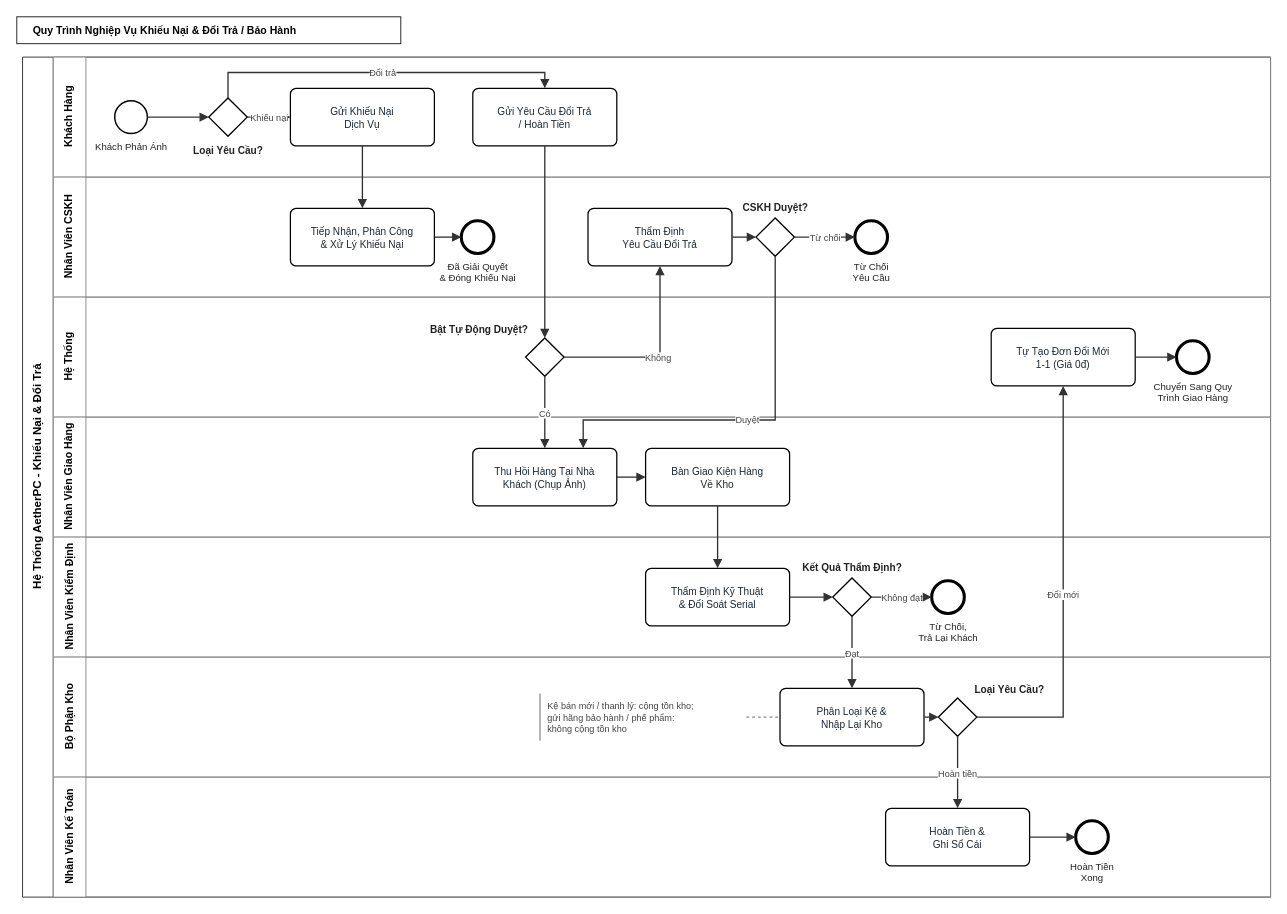
hoangmkid12/ERP_AetherPC keeps this draw.io diagram as docs/diagrams/bpmn/quy_trinh_doi_tra_bao_hanh.drawio. Above is the earlier version. Source tidied: cells renumbered, new cells numbered last; positions are measured from the earlier drawing's top-left corner, leaving out a move shared by most shapes. Both pictures are drawn from the tidied source at 96%, with x=0, y=0 at pixel (16, 16).
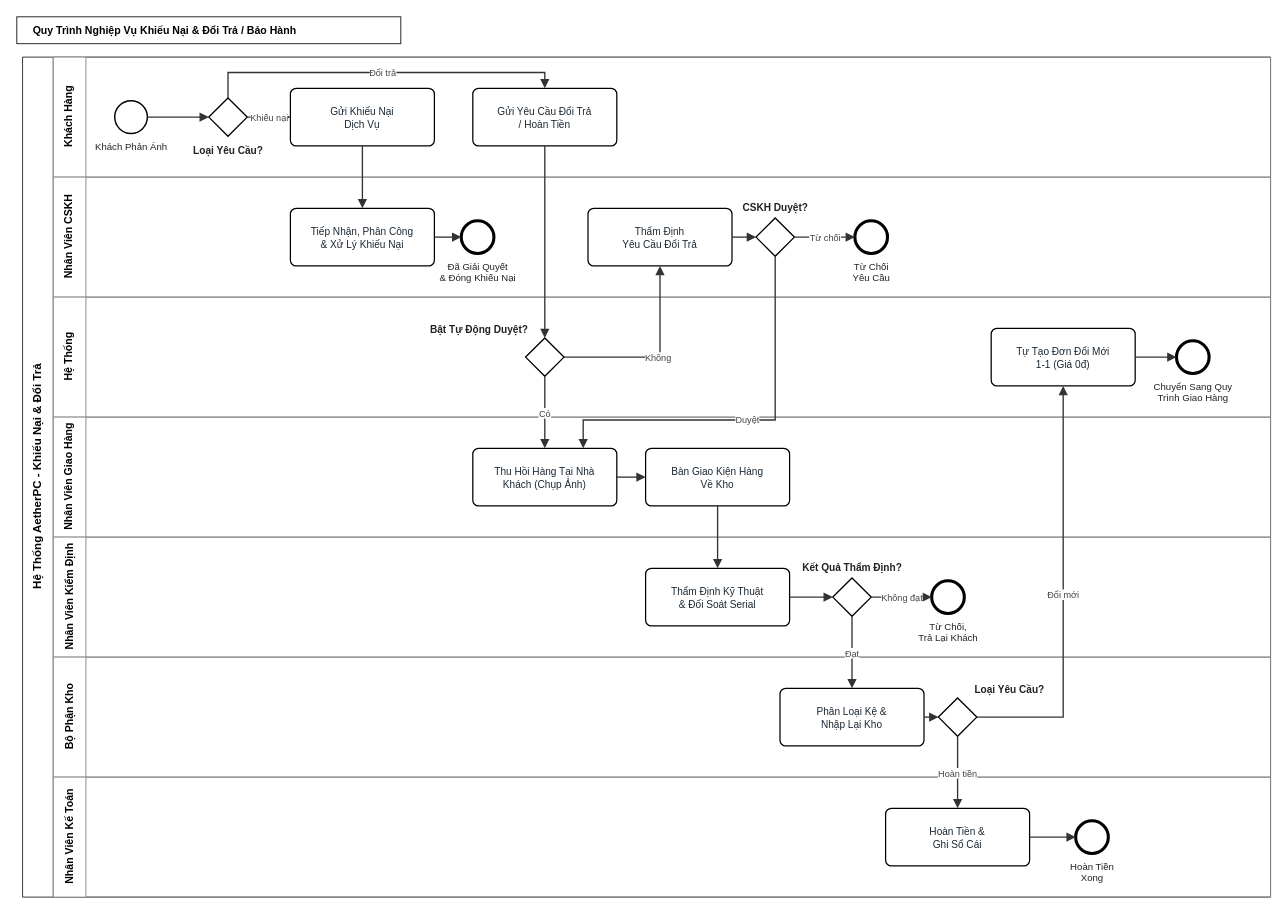
Above is the later version.

The edit, as a diff of the source:
```diff
@@
-    <mxCell id="35" value="Kệ bán mới / thanh lý: cộng tồn kho;&lt;br/&gt;gửi hãng bảo hành / phế phẩm:&lt;br/&gt;không cộng tồn kho" style="shape=partialRectangle;whiteSpace=wrap;html=1;top=0;bottom=0;right=0;fillColor=none;strokeColor=#666666;align=left;spacingLeft=6;fontSize=9.5;fontColor=#444444;" parent="1" vertex="1">
-      <mxGeometry x="545" y="705.5" width="215" height="48" as="geometry" />
-    </mxCell>
-    <mxCell id="36" style="endArrow=none;dashed=1;html=1;strokeColor=#666666;strokeWidth=1;" parent="1" edge="1">
-      <mxGeometry relative="1" as="geometry">
-        <mxPoint x="760" y="729.5" as="sourcePoint" />
-        <mxPoint x="795" y="729.5" as="targetPoint" />
-      </mxGeometry>
-    </mxCell>
```
